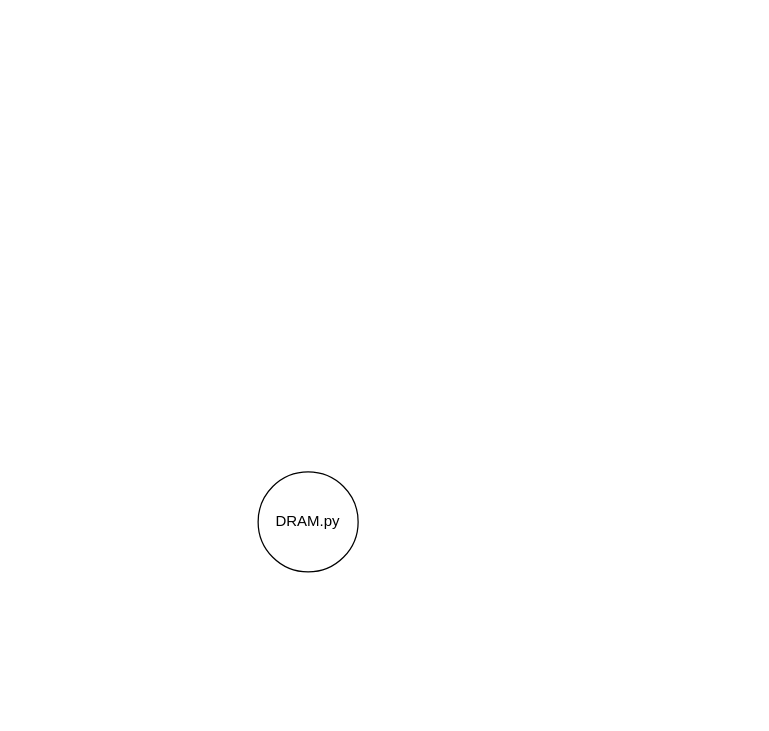
Above: DRAM comand map.drawio in rmFlynn/Wrighton_diagrams (draw.io), before the change. Source tidied: cells renumbered, new cells numbered last; positions are measured from the earlier drawing's top-left corner, leaving out a move shared by most shapes. Both pictures are drawn from the tidied source at 125%, with x=0, y=0 at pixel (258, 471).
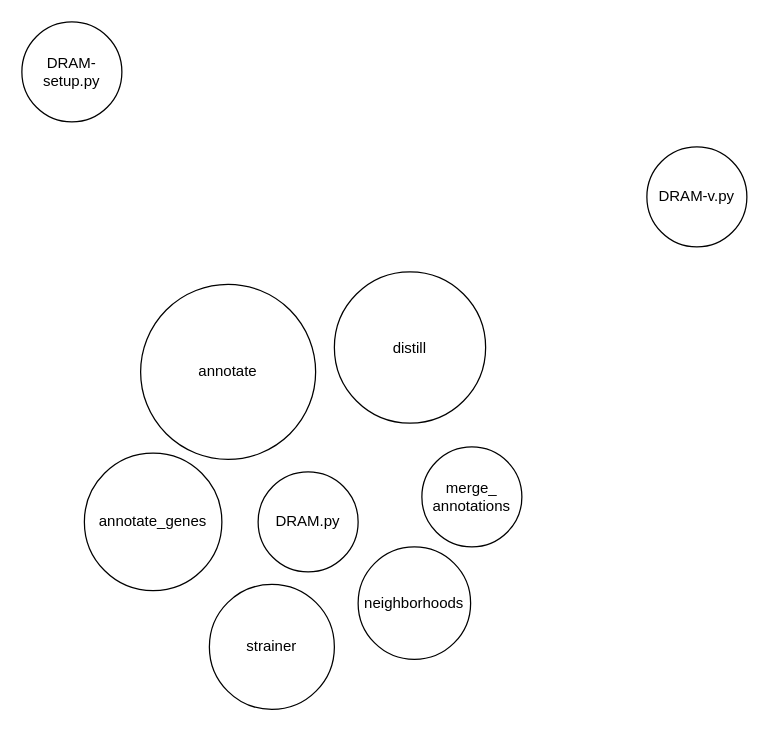
The same page after the edit.

Change to the diagram source:
```diff
@@
 <mxGraphModel>
   <root>
     <mxCell id="0" />
     <mxCell id="1" parent="0" />
     <mxCell id="2" value="DRAM.py" style="ellipse;whiteSpace=wrap;html=1;" parent="1" vertex="1">
       <mxGeometry width="80" height="80" as="geometry" />
     </mxCell>
+    <mxCell id="3" value="annotate" style="ellipse;whiteSpace=wrap;html=1;" parent="1" vertex="1">
+      <mxGeometry x="-94" y="-150" width="140" height="140" as="geometry" />
+    </mxCell>
+    <mxCell id="4" value="annotate_genes" style="ellipse;whiteSpace=wrap;html=1;" parent="1" vertex="1">
+      <mxGeometry x="-139" y="-15" width="110" height="110" as="geometry" />
+    </mxCell>
+    <mxCell id="5" value="&lt;div&gt;merge_&lt;/div&gt;&lt;div&gt;annotations&lt;/div&gt;" style="ellipse;whiteSpace=wrap;html=1;" parent="1" vertex="1">
+      <mxGeometry x="131" y="-20" width="80" height="80" as="geometry" />
+    </mxCell>
+    <mxCell id="6" value="neighborhoods" style="ellipse;whiteSpace=wrap;html=1;" parent="1" vertex="1">
+      <mxGeometry x="80" y="60" width="90" height="90" as="geometry" />
+    </mxCell>
+    <mxCell id="7" value="strainer" style="ellipse;whiteSpace=wrap;html=1;" parent="1" vertex="1">
+      <mxGeometry x="-39" y="90" width="100" height="100" as="geometry" />
+    </mxCell>
+    <mxCell id="8" value="distill" style="ellipse;whiteSpace=wrap;html=1;" parent="1" vertex="1">
+      <mxGeometry x="61" y="-160" width="121" height="121" as="geometry" />
+    </mxCell>
+    <mxCell id="9" value="DRAM-v.py" style="ellipse;whiteSpace=wrap;html=1;" parent="1" vertex="1">
+      <mxGeometry x="311" y="-260" width="80" height="80" as="geometry" />
+    </mxCell>
+    <mxCell id="10" value="&lt;div&gt;DRAM-&lt;/div&gt;&lt;div&gt;setup.py&lt;/div&gt;" style="ellipse;whiteSpace=wrap;html=1;" parent="1" vertex="1">
+      <mxGeometry x="-189" y="-360" width="80" height="80" as="geometry" />
+    </mxCell>
   </root>
 </mxGraphModel>
```
